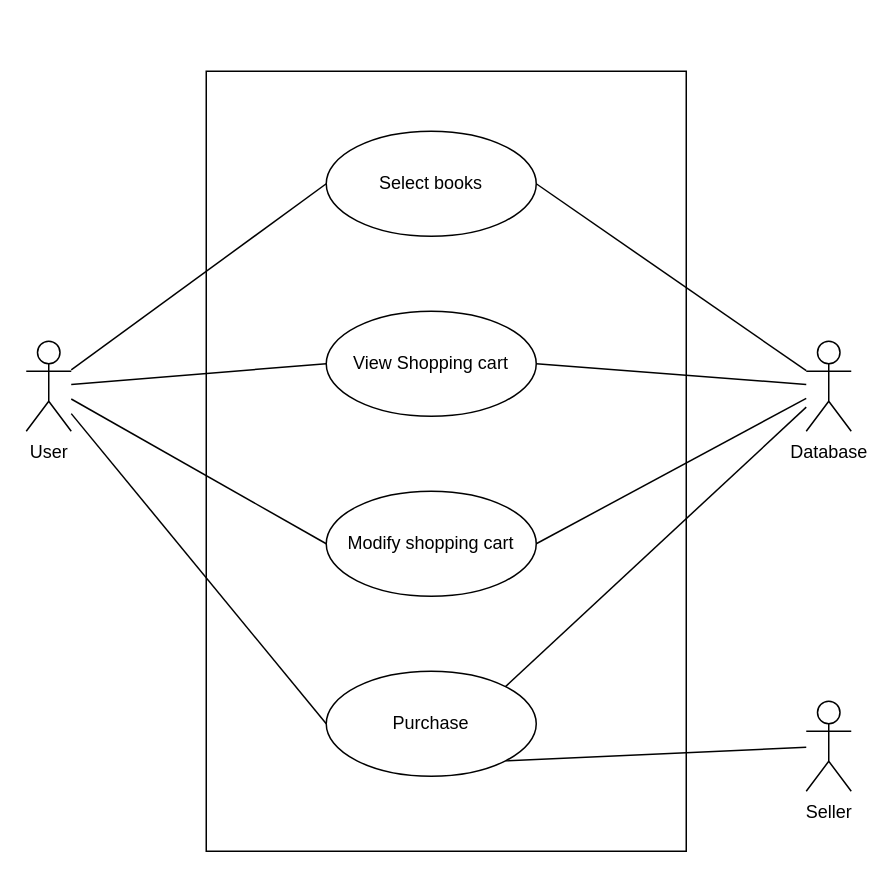
This is page "Use case" (2 of 2) of duke_bookstore.drawio from songvut365/software-architecture-and-design-labs, a draw.io file, before an edit. Source tidied: cells renumbered, new cells numbered last; positions are measured from the earlier drawing's top-left corner, leaving out a move shared by most shapes. Both pictures are drawn from the tidied source at 150%, with x=0, y=0 at pixel (26, 70).
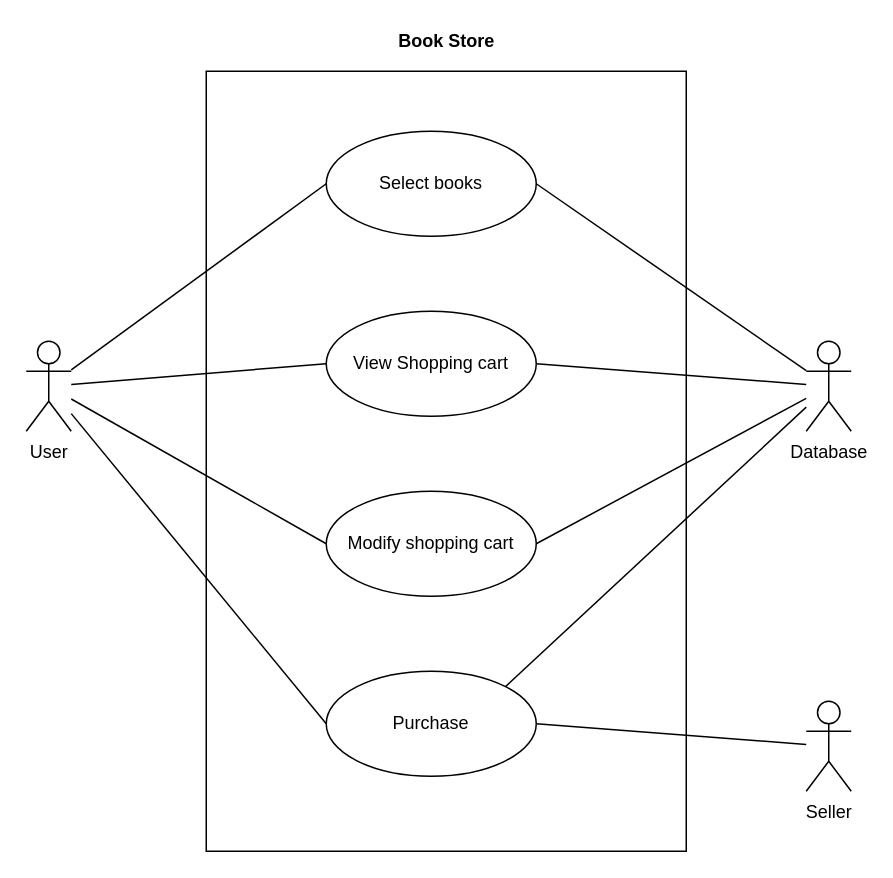
The same diagram, later.

Commit message:
Add header use case

Change to the diagram source:
```diff
@@
 <mxGraphModel>
   <root>
     <mxCell id="0" />
     <mxCell id="1" parent="0" />
     <mxCell id="2" style="html=1;" parent="1" vertex="1">
       <mxGeometry x="120" width="320" height="520" as="geometry" />
     </mxCell>
     <mxCell id="3" style="rounded=0;jettySize=auto;html=1;endArrow=none;endFill=0;entryX=0;entryY=0.5;entryDx=0;entryDy=0;" parent="1" edge="1" source="7" target="9">
       <mxGeometry relative="1" as="geometry" />
     </mxCell>
     <mxCell id="4" style="edgeStyle=none;rounded=0;jettySize=auto;html=1;endArrow=none;endFill=0;entryX=0;entryY=0.5;entryDx=0;entryDy=0;" parent="1" edge="1" source="7" target="11">
       <mxGeometry relative="1" as="geometry" />
     </mxCell>
     <mxCell id="5" style="edgeStyle=none;rounded=0;jettySize=auto;html=1;endArrow=none;endFill=0;entryX=0;entryY=0.5;entryDx=0;entryDy=0;" parent="1" edge="1" source="7" target="16">
       <mxGeometry relative="1" as="geometry" />
     </mxCell>
     <mxCell id="6" style="edgeStyle=none;rounded=0;jettySize=auto;html=1;endArrow=none;endFill=0;entryX=0;entryY=0.5;entryDx=0;entryDy=0;" parent="1" edge="1" source="7" target="13">
       <mxGeometry relative="1" as="geometry" />
     </mxCell>
     <mxCell id="7" value="User" style="shape=umlActor;verticalLabelPosition=bottom;verticalAlign=top;html=1;" parent="1" vertex="1">
       <mxGeometry y="180" width="30" height="60" as="geometry" />
     </mxCell>
     <mxCell id="8" style="edgeStyle=none;rounded=0;jettySize=auto;html=1;endArrow=none;endFill=0;exitX=1;exitY=0.5;exitDx=0;exitDy=0;" parent="1" edge="1" source="9" target="18">
       <mxGeometry relative="1" as="geometry" />
     </mxCell>
     <mxCell id="9" value="Select books" style="ellipse;whiteSpace=wrap;html=1;" parent="1" vertex="1">
       <mxGeometry x="200" y="40" width="140" height="70" as="geometry" />
     </mxCell>
     <mxCell id="10" style="edgeStyle=none;rounded=0;jettySize=auto;html=1;exitX=1;exitY=0.5;exitDx=0;exitDy=0;endArrow=none;endFill=0;" parent="1" edge="1" source="11" target="18">
       <mxGeometry relative="1" as="geometry" />
     </mxCell>
     <mxCell id="11" value="View Shopping cart" style="ellipse;whiteSpace=wrap;html=1;" parent="1" vertex="1">
       <mxGeometry x="200" y="160" width="140" height="70" as="geometry" />
     </mxCell>
     <mxCell id="12" style="edgeStyle=none;rounded=0;jettySize=auto;html=1;endArrow=none;endFill=0;exitX=1;exitY=0.5;exitDx=0;exitDy=0;" parent="1" edge="1" source="13" target="18">
       <mxGeometry relative="1" as="geometry" />
     </mxCell>
     <mxCell id="13" value="Modify shopping cart" style="ellipse;whiteSpace=wrap;html=1;" parent="1" vertex="1">
       <mxGeometry x="200" y="280" width="140" height="70" as="geometry" />
     </mxCell>
-    <mxCell id="14" style="edgeStyle=none;rounded=0;jettySize=auto;html=1;endArrow=none;endFill=0;exitX=1;exitY=1;exitDx=0;exitDy=0;" parent="1" edge="1" source="16" target="17">
+    <mxCell id="14" style="edgeStyle=none;rounded=0;jettySize=auto;html=1;endArrow=none;endFill=0;exitX=1;exitY=0.5;exitDx=0;exitDy=0;" parent="1" edge="1" source="16" target="17">
       <mxGeometry relative="1" as="geometry" />
     </mxCell>
     <mxCell id="15" style="edgeStyle=none;rounded=0;jettySize=auto;html=1;endArrow=none;endFill=0;exitX=1;exitY=0;exitDx=0;exitDy=0;" parent="1" edge="1" source="16" target="18">
       <mxGeometry relative="1" as="geometry" />
     </mxCell>
     <mxCell id="16" value="Purchase" style="ellipse;whiteSpace=wrap;html=1;" parent="1" vertex="1">
       <mxGeometry x="200" y="400" width="140" height="70" as="geometry" />
     </mxCell>
     <mxCell id="17" value="Seller" style="shape=umlActor;verticalLabelPosition=bottom;verticalAlign=top;html=1;" parent="1" vertex="1">
       <mxGeometry x="520" y="420" width="30" height="60" as="geometry" />
     </mxCell>
     <mxCell id="18" value="Database" style="shape=umlActor;verticalLabelPosition=bottom;verticalAlign=top;html=1;" parent="1" vertex="1">
       <mxGeometry x="520" y="180" width="30" height="60" as="geometry" />
     </mxCell>
+    <mxCell id="19" value="Book Store" style="text;html=1;align=center;verticalAlign=middle;fontStyle=1;" parent="1" vertex="1">
+      <mxGeometry x="240" y="-30" width="80" height="20" as="geometry" />
+    </mxCell>
   </root>
 </mxGraphModel>
```
